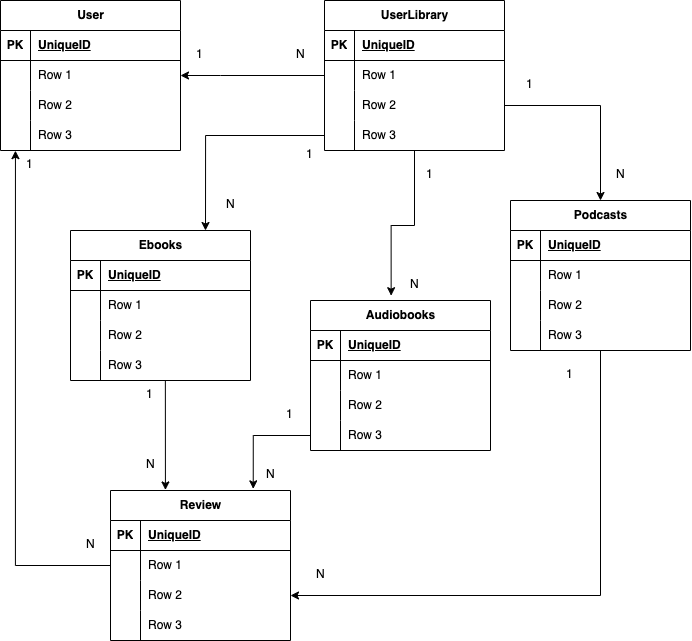
Earlier version of the draw.io export docs/DB scheme.drawio.png (AlinaKovban/audiobooks). Source tidied: cells renumbered, new cells last; positions are measured from the earlier drawing's top-left corner, leaving out a move shared by most shapes.
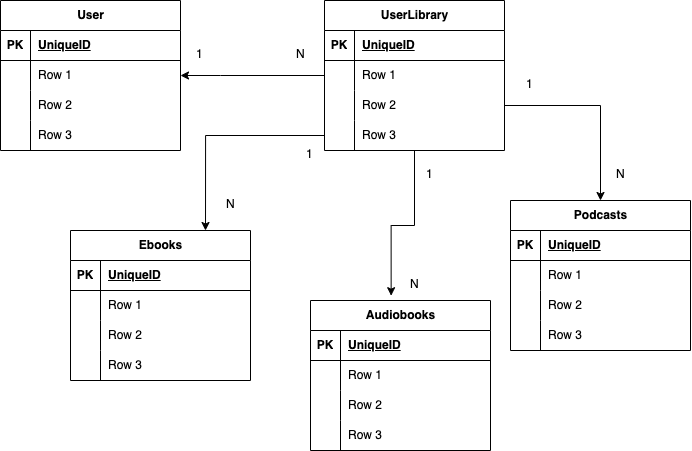
Above is the later version.

What changed in the source:
```diff
@@ -119,9 +119,6 @@
     <mxCell id="40" value="Row 3" style="shape=partialRectangle;fillColor=none;top=0;left=0;bottom=0;right=0;align=left;spacingLeft=6;overflow=hidden;whiteSpace=wrap;html=1;" parent="38" vertex="1">
       <mxGeometry x="30" width="150" height="30" as="geometry" />
     </mxCell>
-    <mxCell id="41" style="edgeStyle=orthogonalEdgeStyle;rounded=0;jettySize=auto;html=1;entryX=1;entryY=0.5;entryDx=0;entryDy=0;" parent="1" edge="1" source="42" target="62">
-      <mxGeometry relative="1" as="geometry" />
-    </mxCell>
     <mxCell id="42" value="Podcasts" style="shape=table;startSize=30;rowLines=0;fontStyle=1;align=center;html=1;" parent="1" vertex="1">
       <mxGeometry x="510" y="200" width="180" height="150" as="geometry" />
     </mxCell>
@@ -161,45 +158,6 @@
     <mxCell id="54" value="Row 3" style="shape=partialRectangle;fillColor=none;top=0;left=0;bottom=0;right=0;align=left;spacingLeft=6;overflow=hidden;whiteSpace=wrap;html=1;" parent="52" vertex="1">
       <mxGeometry x="30" width="150" height="30" as="geometry" />
     </mxCell>
-    <mxCell id="55" value="Review" style="shape=table;startSize=30;rowLines=0;fontStyle=1;align=center;html=1;" parent="1" vertex="1">
-      <mxGeometry x="110" y="490" width="180" height="150" as="geometry" />
-    </mxCell>
-    <mxCell id="56" style="shape=tableRow;horizontal=0;startSize=0;swimlaneHead=0;swimlaneBody=0;fillColor=none;top=0;left=0;right=0;bottom=1;" parent="55" vertex="1">
-      <mxGeometry y="30" width="180" height="30" as="geometry" />
-    </mxCell>
-    <mxCell id="57" value="PK" style="shape=partialRectangle;fillColor=none;top=0;left=0;bottom=0;right=0;fontStyle=1;overflow=hidden;whiteSpace=wrap;html=1;" parent="56" vertex="1">
-      <mxGeometry width="30" height="30" as="geometry" />
-    </mxCell>
-    <mxCell id="58" value="UniqueID" style="shape=partialRectangle;fillColor=none;top=0;left=0;bottom=0;right=0;align=left;spacingLeft=6;fontStyle=5;overflow=hidden;whiteSpace=wrap;html=1;" parent="56" vertex="1">
-      <mxGeometry x="30" width="150" height="30" as="geometry" />
-    </mxCell>
-    <mxCell id="59" style="shape=tableRow;horizontal=0;startSize=0;swimlaneHead=0;swimlaneBody=0;fillColor=none;points=[[0,0.5],[1,0.5]];portConstraint=eastwest;top=0;left=0;right=0;bottom=0;" parent="55" vertex="1">
-      <mxGeometry y="60" width="180" height="30" as="geometry" />
-    </mxCell>
-    <mxCell id="60" style="shape=partialRectangle;fillColor=none;top=0;left=0;bottom=0;right=0;overflow=hidden;whiteSpace=wrap;html=1;" parent="59" vertex="1">
-      <mxGeometry width="30" height="30" as="geometry" />
-    </mxCell>
-    <mxCell id="61" value="Row 1" style="shape=partialRectangle;fillColor=none;top=0;left=0;bottom=0;right=0;align=left;spacingLeft=6;overflow=hidden;whiteSpace=wrap;html=1;" parent="59" vertex="1">
-      <mxGeometry x="30" width="150" height="30" as="geometry" />
-    </mxCell>
-    <mxCell id="62" style="shape=tableRow;horizontal=0;startSize=0;swimlaneHead=0;swimlaneBody=0;fillColor=none;points=[[0,0.5],[1,0.5]];portConstraint=eastwest;top=0;left=0;right=0;bottom=0;" parent="55" vertex="1">
-      <mxGeometry y="90" width="180" height="30" as="geometry" />
-    </mxCell>
-    <mxCell id="63" style="shape=partialRectangle;fillColor=none;top=0;left=0;bottom=0;right=0;overflow=hidden;whiteSpace=wrap;html=1;" parent="62" vertex="1">
-      <mxGeometry width="30" height="30" as="geometry" />
-    </mxCell>
-    <mxCell id="64" value="Row 2" style="shape=partialRectangle;fillColor=none;top=0;left=0;bottom=0;right=0;align=left;spacingLeft=6;overflow=hidden;whiteSpace=wrap;html=1;" parent="62" vertex="1">
-      <mxGeometry x="30" width="150" height="30" as="geometry" />
-    </mxCell>
-    <mxCell id="65" style="shape=tableRow;horizontal=0;startSize=0;swimlaneHead=0;swimlaneBody=0;fillColor=none;top=0;left=0;right=0;bottom=0;" parent="55" vertex="1">
-      <mxGeometry y="120" width="180" height="30" as="geometry" />
-    </mxCell>
-    <mxCell id="66" style="shape=partialRectangle;fillColor=none;top=0;left=0;bottom=0;right=0;overflow=hidden;whiteSpace=wrap;html=1;" parent="65" vertex="1">
-      <mxGeometry width="30" height="30" as="geometry" />
-    </mxCell>
-    <mxCell id="67" value="Row 3" style="shape=partialRectangle;fillColor=none;top=0;left=0;bottom=0;right=0;align=left;spacingLeft=6;overflow=hidden;whiteSpace=wrap;html=1;" parent="65" vertex="1">
-      <mxGeometry x="30" width="150" height="30" as="geometry" />
-    </mxCell>
     <mxCell id="68" style="edgeStyle=orthogonalEdgeStyle;rounded=0;jettySize=auto;html=1;exitX=0.5;exitY=1;exitDx=0;exitDy=0;entryX=0.448;entryY=-0.032;entryDx=0;entryDy=0;entryPerimeter=0;" parent="1" edge="1" source="69" target="2">
       <mxGeometry relative="1" as="geometry" />
     </mxCell>
@@ -280,42 +238,5 @@
     <mxCell id="92" value="N" style="text;strokeColor=none;fillColor=none;spacingLeft=4;spacingRight=4;overflow=hidden;fontSize=12;whiteSpace=wrap;html=1;" parent="1" vertex="1">
       <mxGeometry x="610" y="160" width="20" height="30" as="geometry" />
     </mxCell>
-    <mxCell id="93" style="edgeStyle=orthogonalEdgeStyle;rounded=0;jettySize=auto;html=1;exitX=0.527;exitY=0.992;exitDx=0;exitDy=0;entryX=0.308;entryY=-0.004;entryDx=0;entryDy=0;entryPerimeter=0;exitPerimeter=0;" parent="1" edge="1" source="38" target="55">
-      <mxGeometry relative="1" as="geometry">
-        <Array as="points">
-          <mxPoint x="165" y="489" />
-        </Array>
-      </mxGeometry>
-    </mxCell>
-    <mxCell id="94" value="1" style="text;strokeColor=none;fillColor=none;spacingLeft=4;spacingRight=4;overflow=hidden;fontSize=12;whiteSpace=wrap;html=1;" parent="1" vertex="1">
-      <mxGeometry x="140" y="380" width="20" height="30" as="geometry" />
-    </mxCell>
-    <mxCell id="95" value="N" style="text;strokeColor=none;fillColor=none;spacingLeft=4;spacingRight=4;overflow=hidden;fontSize=12;whiteSpace=wrap;html=1;" parent="1" vertex="1">
-      <mxGeometry x="140" y="450" width="20" height="30" as="geometry" />
-    </mxCell>
-    <mxCell id="96" style="edgeStyle=orthogonalEdgeStyle;rounded=0;jettySize=auto;html=1;exitX=0;exitY=0.5;exitDx=0;exitDy=0;entryX=0.793;entryY=-0.011;entryDx=0;entryDy=0;entryPerimeter=0;" parent="1" edge="1" source="12" target="55">
-      <mxGeometry relative="1" as="geometry" />
-    </mxCell>
-    <mxCell id="97" value="N" style="text;strokeColor=none;fillColor=none;spacingLeft=4;spacingRight=4;overflow=hidden;fontSize=12;whiteSpace=wrap;html=1;" parent="1" vertex="1">
-      <mxGeometry x="260" y="460" width="20" height="30" as="geometry" />
-    </mxCell>
-    <mxCell id="98" value="1" style="text;strokeColor=none;fillColor=none;spacingLeft=4;spacingRight=4;overflow=hidden;fontSize=12;whiteSpace=wrap;html=1;" parent="1" vertex="1">
-      <mxGeometry x="280" y="400" width="20" height="30" as="geometry" />
-    </mxCell>
-    <mxCell id="99" value="1" style="text;strokeColor=none;fillColor=none;spacingLeft=4;spacingRight=4;overflow=hidden;fontSize=12;whiteSpace=wrap;html=1;" parent="1" vertex="1">
-      <mxGeometry x="560" y="360" width="20" height="30" as="geometry" />
-    </mxCell>
-    <mxCell id="100" value="N" style="text;strokeColor=none;fillColor=none;spacingLeft=4;spacingRight=4;overflow=hidden;fontSize=12;whiteSpace=wrap;html=1;" parent="1" vertex="1">
-      <mxGeometry x="310" y="560" width="20" height="30" as="geometry" />
-    </mxCell>
-    <mxCell id="101" style="edgeStyle=orthogonalEdgeStyle;rounded=0;jettySize=auto;html=1;exitX=0;exitY=0.5;exitDx=0;exitDy=0;entryX=0.083;entryY=1.005;entryDx=0;entryDy=0;entryPerimeter=0;" parent="1" edge="1" source="59" target="25">
-      <mxGeometry relative="1" as="geometry" />
-    </mxCell>
-    <mxCell id="102" value="N" style="text;strokeColor=none;fillColor=none;spacingLeft=4;spacingRight=4;overflow=hidden;fontSize=12;whiteSpace=wrap;html=1;" parent="1" vertex="1">
-      <mxGeometry x="80" y="530" width="20" height="30" as="geometry" />
-    </mxCell>
-    <mxCell id="103" value="1" style="text;strokeColor=none;fillColor=none;spacingLeft=4;spacingRight=4;overflow=hidden;fontSize=12;whiteSpace=wrap;html=1;" parent="1" vertex="1">
-      <mxGeometry x="20" y="150" width="20" height="30" as="geometry" />
-    </mxCell>
   </root>
 </mxGraphModel>
```
